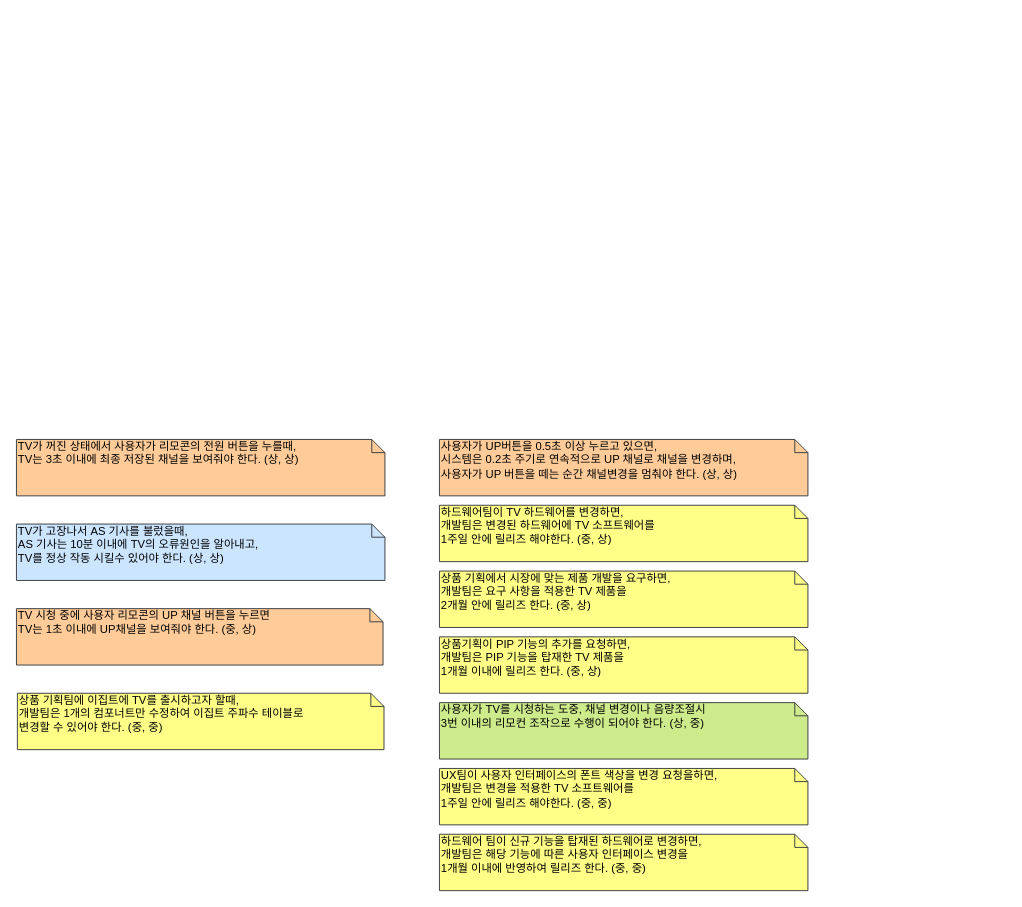
This is page "requirement_non-function" (2 of 7) of TV.drawio from sungtaek/docs, a draw.io file, before an edit. Source tidied: cells renumbered, new cells numbered last; positions are measured from the earlier drawing's top-left corner, leaving out a move shared by most shapes. Both pictures are drawn from the tidied source at 94%, with x=0, y=0 at pixel (16, 439).
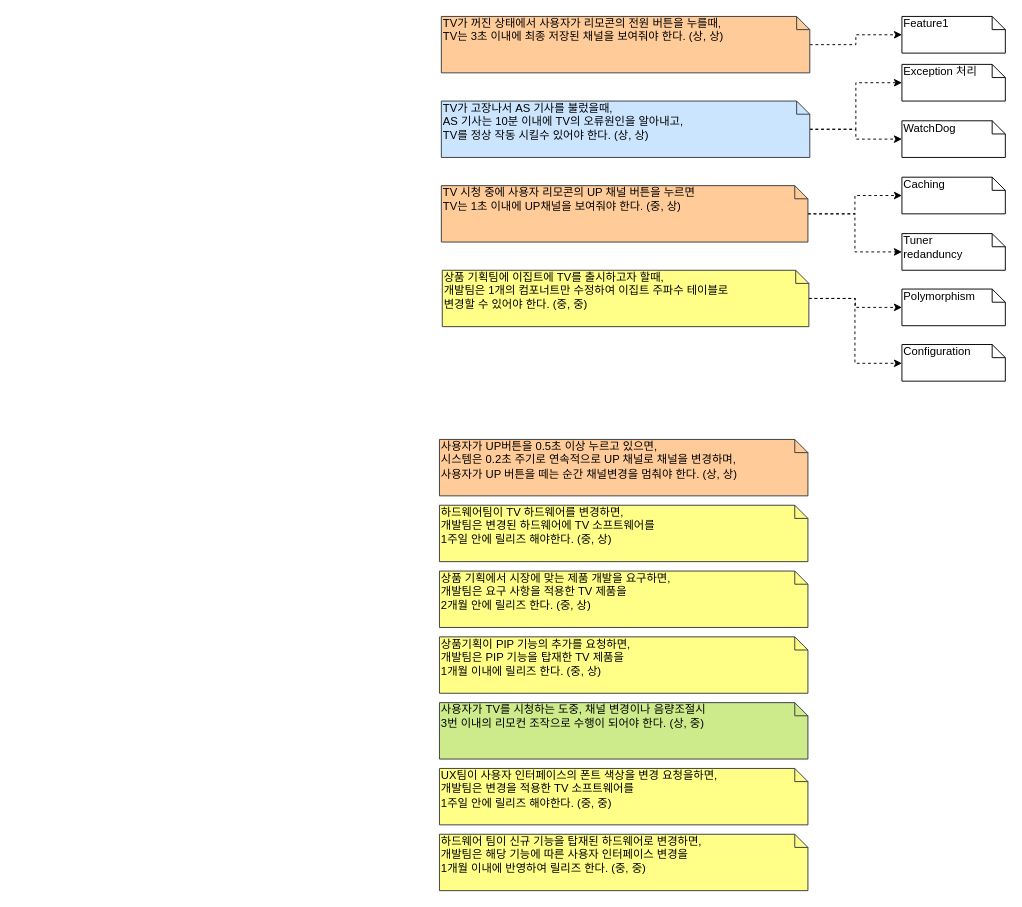
The same page after the edit.

Change to the diagram source:
```diff
@@
+    <mxCell id="13" style="edgeStyle=orthogonalEdgeStyle;rounded=0;jettySize=auto;html=1;dashed=1;endArrow=classic;endFill=1;" parent="1" edge="1" source="2" target="22">
+      <mxGeometry relative="1" as="geometry" />
+    </mxCell>
+    <mxCell id="14" style="edgeStyle=orthogonalEdgeStyle;rounded=0;jettySize=auto;html=1;dashed=1;endArrow=classic;endFill=1;" parent="1" edge="1" source="2" target="23">
+      <mxGeometry relative="1" as="geometry" />
+    </mxCell>
     <mxCell id="2" value="&lt;span style=&quot;white-space: normal&quot;&gt;TV 시청 중에 사용자 리모콘의 UP 채널 버튼을 누르면&lt;/span&gt;&lt;br style=&quot;white-space: normal&quot;&gt;&lt;span style=&quot;white-space: normal&quot;&gt;TV는 1초 이내에 UP채널을 보여줘야 한다. (중, 상)&lt;/span&gt;" style="shape=note;whiteSpace=wrap;html=1;size=14;verticalAlign=top;align=left;spacingTop=-6;fontSize=12;fillColor=#ffcc99;strokeColor=#36393d;" parent="1" vertex="1">
-      <mxGeometry y="180" width="390" height="60" as="geometry" />
+      <mxGeometry x="452" y="-270" width="390" height="60" as="geometry" />
     </mxCell>
+    <mxCell id="15" style="edgeStyle=orthogonalEdgeStyle;rounded=0;jettySize=auto;html=1;entryX=0;entryY=0.5;entryDx=0;entryDy=0;entryPerimeter=0;dashed=1;endArrow=classic;endFill=1;" parent="1" edge="1" source="3" target="24">
+      <mxGeometry relative="1" as="geometry" />
+    </mxCell>
     <mxCell id="3" value="TV가 꺼진 상태에서 사용자가 리모콘의 전원 버튼을 누를때,&lt;br&gt;TV는 3초 이내에 최종 저장된 채널을 보여줘야 한다. (상, 상)" style="shape=note;whiteSpace=wrap;html=1;size=14;verticalAlign=top;align=left;spacingTop=-6;fontSize=12;fillColor=#ffcc99;strokeColor=#36393d;" parent="1" vertex="1">
-      <mxGeometry width="392" height="60" as="geometry" />
+      <mxGeometry x="452" y="-450" width="392" height="60" as="geometry" />
     </mxCell>
+    <mxCell id="16" style="edgeStyle=orthogonalEdgeStyle;rounded=0;jettySize=auto;html=1;dashed=1;endArrow=classic;endFill=1;" parent="1" edge="1" source="4" target="25">
+      <mxGeometry relative="1" as="geometry" />
+    </mxCell>
+    <mxCell id="17" style="edgeStyle=orthogonalEdgeStyle;rounded=0;jettySize=auto;html=1;dashed=1;endArrow=classic;endFill=1;" parent="1" edge="1" source="4" target="26">
+      <mxGeometry relative="1" as="geometry">
+        <Array as="points">
+          <mxPoint x="892" y="-150" />
+          <mxPoint x="892" y="-81" />
+        </Array>
+      </mxGeometry>
+    </mxCell>
     <mxCell id="4" value="상품 기획팀에 이집트에 TV를 출시하고자 할때,&lt;br&gt;개발팀은 1개의 컴포너트만 수정하여 이집트 주파수 테이블로&lt;br&gt;변경할 수 있어야 한다. (중, 중)" style="shape=note;whiteSpace=wrap;html=1;size=14;verticalAlign=top;align=left;spacingTop=-6;fontSize=12;fillColor=#ffff88;strokeColor=#36393d;" parent="1" vertex="1">
-      <mxGeometry x="1" y="270" width="390" height="60" as="geometry" />
+      <mxGeometry x="453" y="-180" width="390" height="60" as="geometry" />
     </mxCell>
+    <mxCell id="18" style="edgeStyle=orthogonalEdgeStyle;rounded=0;jettySize=auto;html=1;entryX=0;entryY=0.5;entryDx=0;entryDy=0;entryPerimeter=0;dashed=1;endArrow=classic;endFill=1;" parent="1" edge="1" source="5" target="20">
+      <mxGeometry relative="1" as="geometry" />
+    </mxCell>
+    <mxCell id="19" style="edgeStyle=orthogonalEdgeStyle;rounded=0;jettySize=auto;html=1;dashed=1;endArrow=classic;endFill=1;" parent="1" edge="1" source="5" target="21">
+      <mxGeometry relative="1" as="geometry" />
+    </mxCell>
     <mxCell id="5" value="TV가 고장나서 AS 기사를 불렀을때,&lt;br&gt;AS 기사는 10분 이내에 TV의 오류원인을 알아내고,&lt;br&gt;TV를 정상 작동 시킬수 있어야 한다. (상, 상)" style="shape=note;whiteSpace=wrap;html=1;size=14;verticalAlign=top;align=left;spacingTop=-6;fontSize=12;fillColor=#cce5ff;strokeColor=#36393d;" parent="1" vertex="1">
-      <mxGeometry y="90" width="392" height="60" as="geometry" />
+      <mxGeometry x="452" y="-360" width="392" height="60" as="geometry" />
     </mxCell>
@@
+    <mxCell id="20" value="Exception 처리" style="shape=note;whiteSpace=wrap;html=1;size=14;verticalAlign=top;align=left;spacingTop=-6;" parent="1" vertex="1">
+      <mxGeometry x="942" y="-399" width="110" height="39" as="geometry" />
+    </mxCell>
+    <mxCell id="21" value="WatchDog" style="shape=note;whiteSpace=wrap;html=1;size=14;verticalAlign=top;align=left;spacingTop=-6;" parent="1" vertex="1">
+      <mxGeometry x="942" y="-339" width="110" height="39" as="geometry" />
+    </mxCell>
+    <mxCell id="22" value="Caching" style="shape=note;whiteSpace=wrap;html=1;size=14;verticalAlign=top;align=left;spacingTop=-6;" parent="1" vertex="1">
+      <mxGeometry x="942" y="-279" width="110" height="39" as="geometry" />
+    </mxCell>
+    <mxCell id="23" value="Tuner&lt;br&gt;redanduncy" style="shape=note;whiteSpace=wrap;html=1;size=14;verticalAlign=top;align=left;spacingTop=-6;" parent="1" vertex="1">
+      <mxGeometry x="942" y="-219" width="110" height="39" as="geometry" />
+    </mxCell>
+    <mxCell id="24" value="Feature1" style="shape=note;whiteSpace=wrap;html=1;size=14;verticalAlign=top;align=left;spacingTop=-6;" parent="1" vertex="1">
+      <mxGeometry x="942" y="-450" width="110" height="39" as="geometry" />
+    </mxCell>
+    <mxCell id="25" value="Polymorphism" style="shape=note;whiteSpace=wrap;html=1;size=14;verticalAlign=top;align=left;spacingTop=-6;" parent="1" vertex="1">
+      <mxGeometry x="942" y="-160" width="110" height="39" as="geometry" />
+    </mxCell>
+    <mxCell id="26" value="Configuration" style="shape=note;whiteSpace=wrap;html=1;size=14;verticalAlign=top;align=left;spacingTop=-6;" parent="1" vertex="1">
+      <mxGeometry x="942" y="-101" width="110" height="39" as="geometry" />
+    </mxCell>
```
